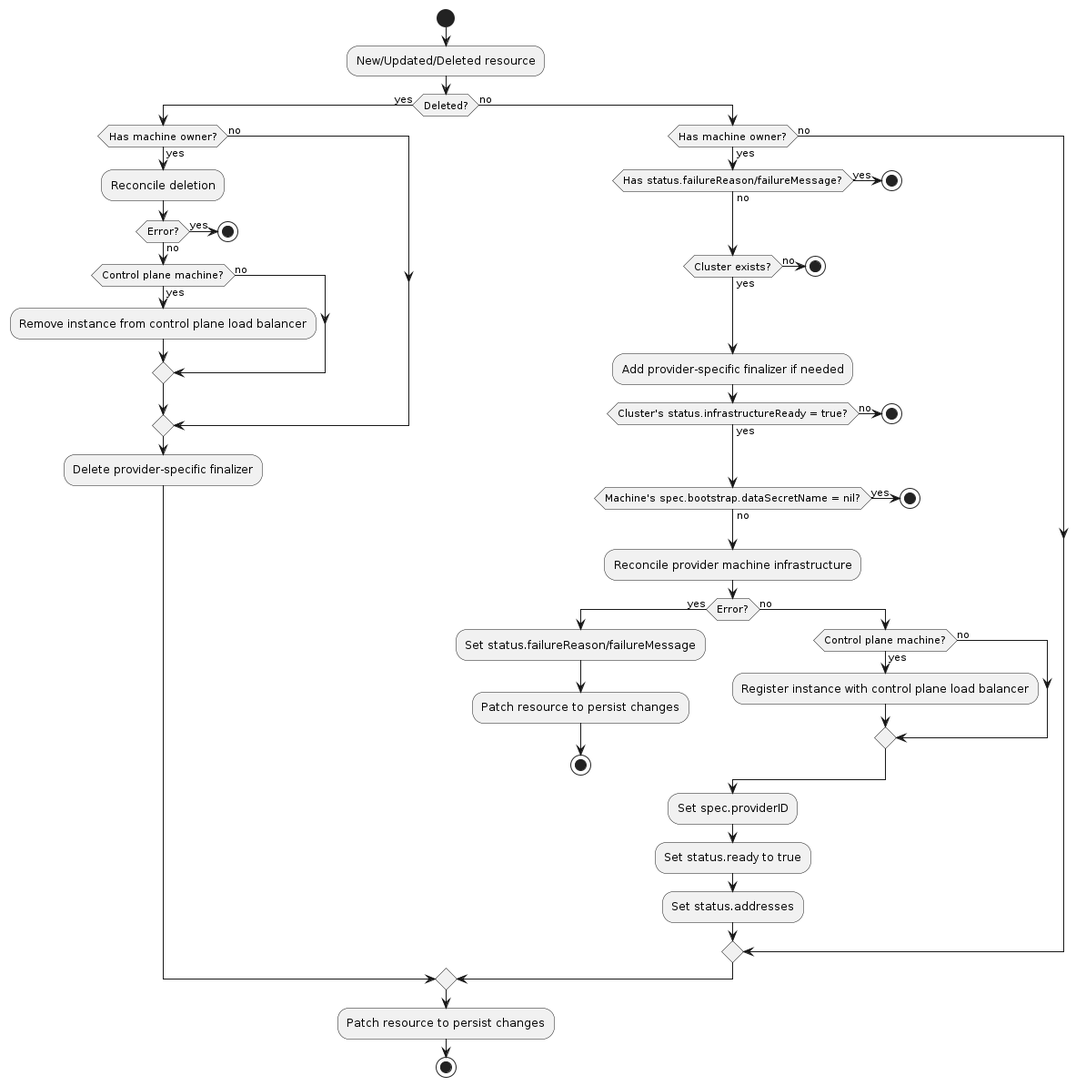
kubernetes-sigs/cluster-api keeps this PlantUML diagram as docs/book/src/images/machine-infra-provider.png. Above is the earlier version.
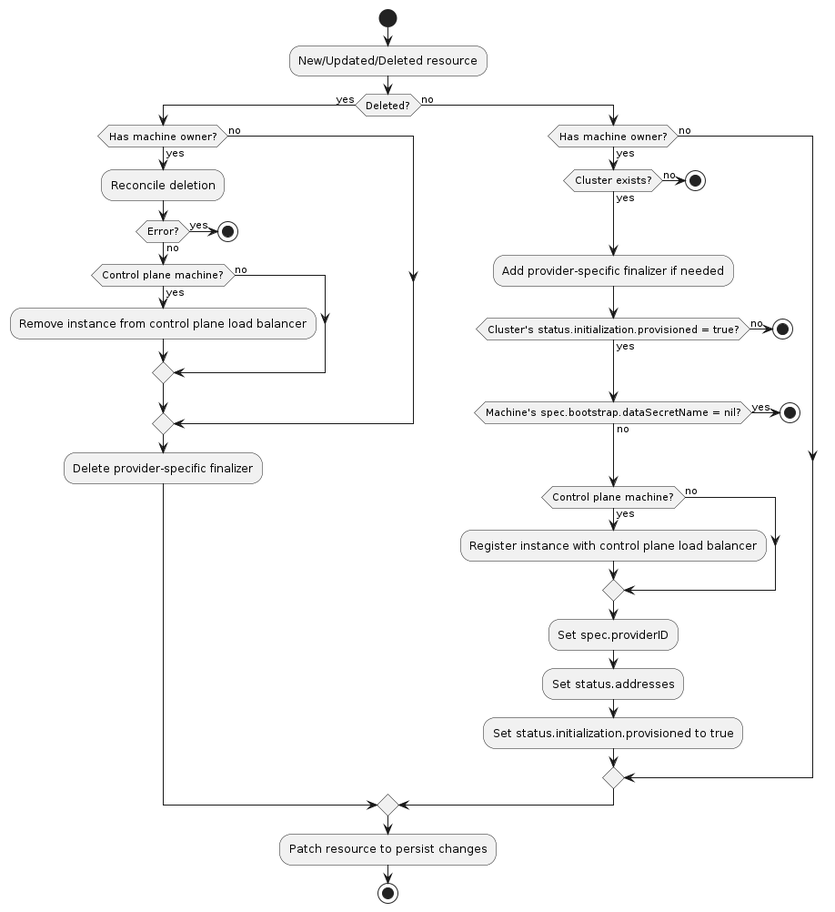
The same diagram one commit later.

What changed in the source:
```diff
@@ -20,10 +20,6 @@
     :Delete provider-specific finalizer;
 else (no)
     if (Has machine owner?) then (yes)
-        if (Has status.failureReason/failureMessage?) then (yes)
-            stop
-        else (no)
-        endif
 
         if (Cluster exists?) then (no)
             stop
@@ -32,7 +28,7 @@
 
         :Add provider-specific finalizer if needed;
 
-        if (Cluster's status.infrastructureReady = true?) then (no)
+        if (Cluster's status.initialization.provisioned = true?) then (no)
             stop
         else (yes)
         endif
@@ -42,21 +38,14 @@
         else (no)
         endif
 
-        :Reconcile provider machine infrastructure;
-        if (Error?) then (yes)
-            :Set status.failureReason/failureMessage;
-            :Patch resource to persist changes;
-            stop
+        if (Control plane machine?) then (yes)
+            :Register instance with control plane load balancer;
         else (no)
-            if (Control plane machine?) then (yes)
-                :Register instance with control plane load balancer;
-            else (no)
-            endif
         endif
 
         :Set spec.providerID;
-        :Set status.ready to true;
         :Set status.addresses;
+        :Set status.initialization.provisioned to true;
     else (no)
     endif
 endif
```
